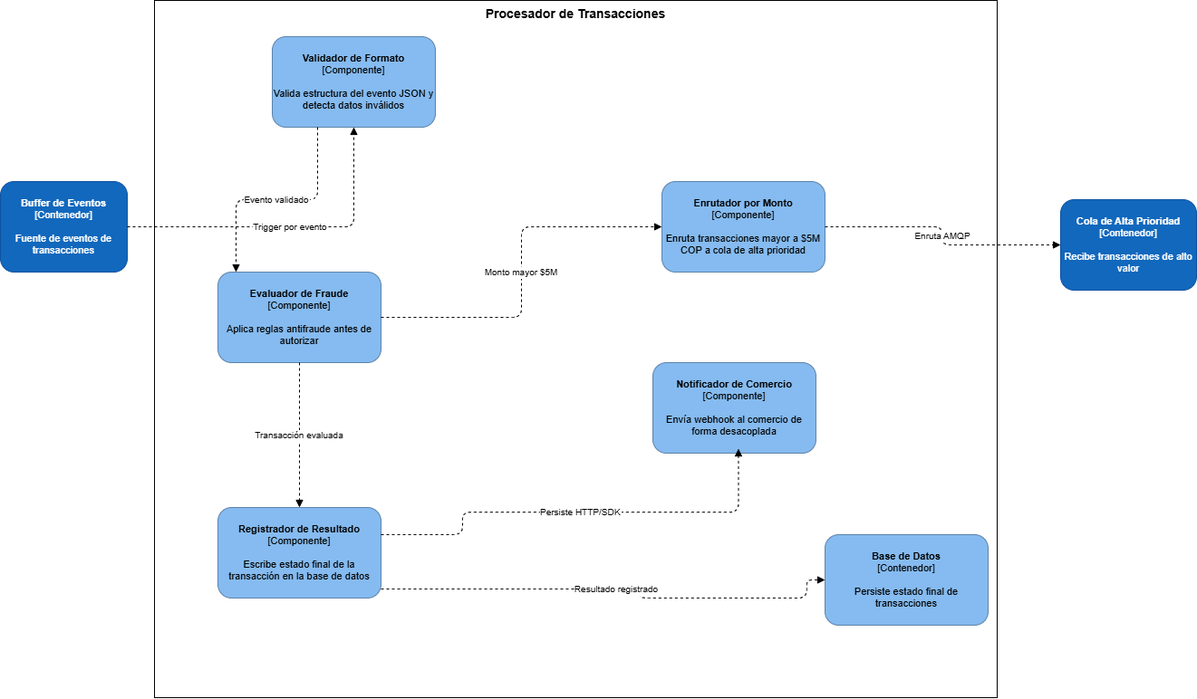
Before: assets/c3-componentes.png, a diagram exported from draw.io (erika-cloud1402/Payflow-Eventos-en-Tiempo-Real). Source tidied: cells renumbered, new cells last; positions are measured from the earlier drawing's top-left corner, leaving out a move shared by most shapes.
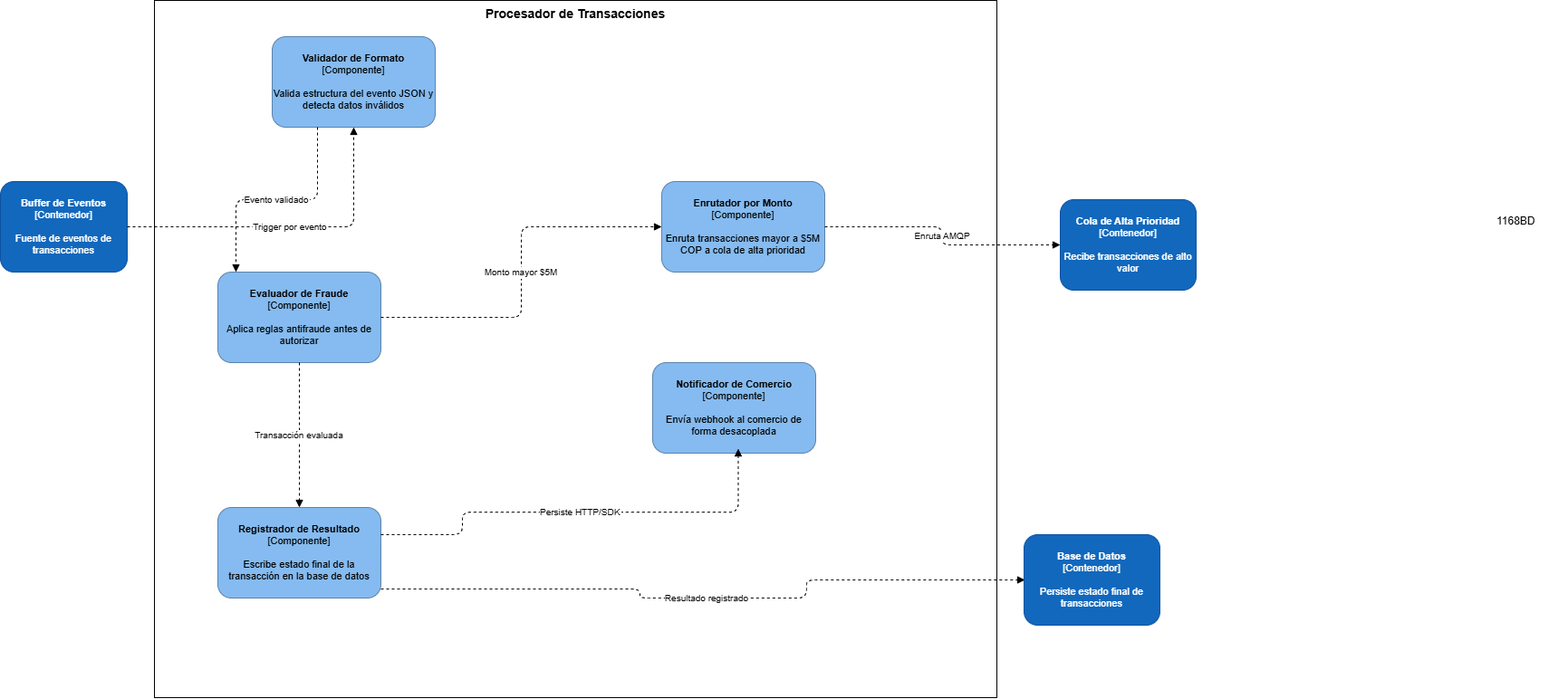
The same file after the commit.

What changed in the source:
```diff
@@ -57,8 +57,9 @@
         </Array>
       </mxGeometry>
     </mxCell>
-    <mxCell id="16" value="Resultado registrado" style="edgeStyle=orthogonalEdgeStyle;dashed=1;endArrow=block;endFill=1;fontSize=10;entryX=0;entryY=0.5;entryDx=0;entryDy=0;" parent="1" edge="1" source="6" target="17">
+    <mxCell id="16" value="Resultado registrado" style="edgeStyle=orthogonalEdgeStyle;dashed=1;endArrow=block;endFill=1;fontSize=10;entryX=0;entryY=0.5;entryDx=0;entryDy=0;" parent="1" edge="1" source="6">
       <mxGeometry relative="1" as="geometry">
+        <mxPoint x="1131" y="640" as="targetPoint" />
         <Array as="points">
           <mxPoint x="706" y="650" />
           <mxPoint x="706" y="660" />
@@ -66,8 +67,11 @@
         </Array>
       </mxGeometry>
     </mxCell>
-    <mxCell id="17" value="&lt;b&gt;Base de Datos&lt;/b&gt;&lt;br&gt;[Contenedor]&lt;br&gt;&lt;br&gt;Persiste estado final de transacciones" style="rounded=1;whiteSpace=wrap;html=1;fillColor=#85BBF0;strokeColor=#5D82A8;fontSize=11;" parent="1" vertex="1">
-      <mxGeometry x="910" y="590" width="180" height="100" as="geometry" />
+    <mxCell id="17" value="&lt;b style=&quot;&quot;&gt;Base de Datos&lt;/b&gt;&lt;br style=&quot;&quot;&gt;&lt;span style=&quot;&quot;&gt;[Contenedor]&lt;/span&gt;&lt;br style=&quot;&quot;&gt;&lt;br style=&quot;&quot;&gt;&lt;span style=&quot;&quot;&gt;Persiste estado final de transacciones&lt;/span&gt;" style="rounded=1;whiteSpace=wrap;html=1;fillColor=#1168BD;fontColor=#FFFFFF;strokeColor=#0E52A0;fontSize=11;" parent="1" vertex="1">
+      <mxGeometry x="1130" y="590" width="150" height="100" as="geometry" />
     </mxCell>
+    <mxCell id="18" value="1168BD" style="text;whiteSpace=wrap;html=1;" parent="1" vertex="1">
+      <mxGeometry x="1650" y="230" width="80" height="40" as="geometry" />
+    </mxCell>
   </root>
 </mxGraphModel>
```
